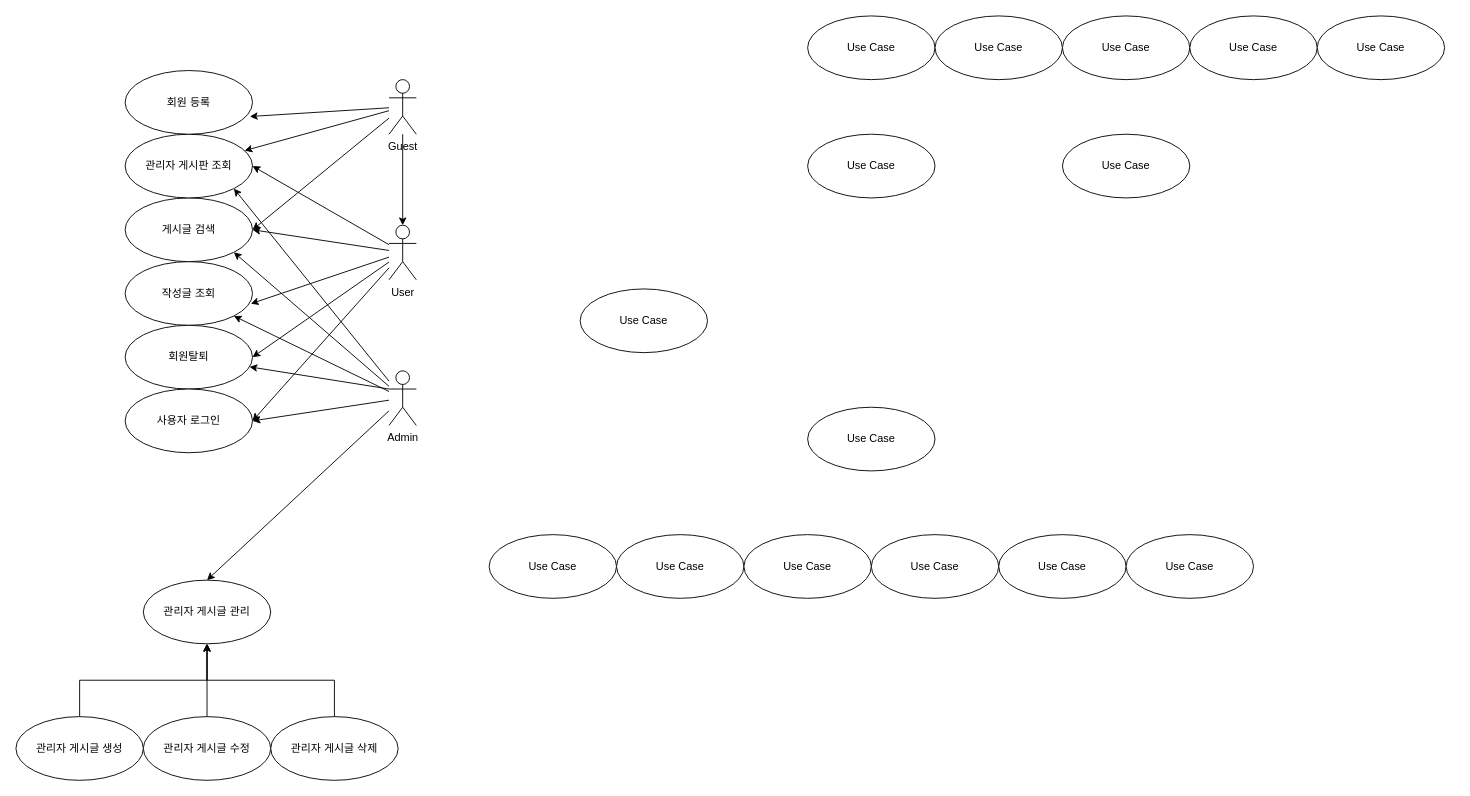
Earlier version of the draw.io diagram Untitled Diagram.drawio (bangbanggokgok/finalProject). Source tidied: cells renumbered, new cells numbered last; positions are measured from the earlier drawing's top-left corner, leaving out a move shared by most shapes. Both pictures are drawn from the tidied source at 91%, with x=0, y=0 at pixel (15, 15).
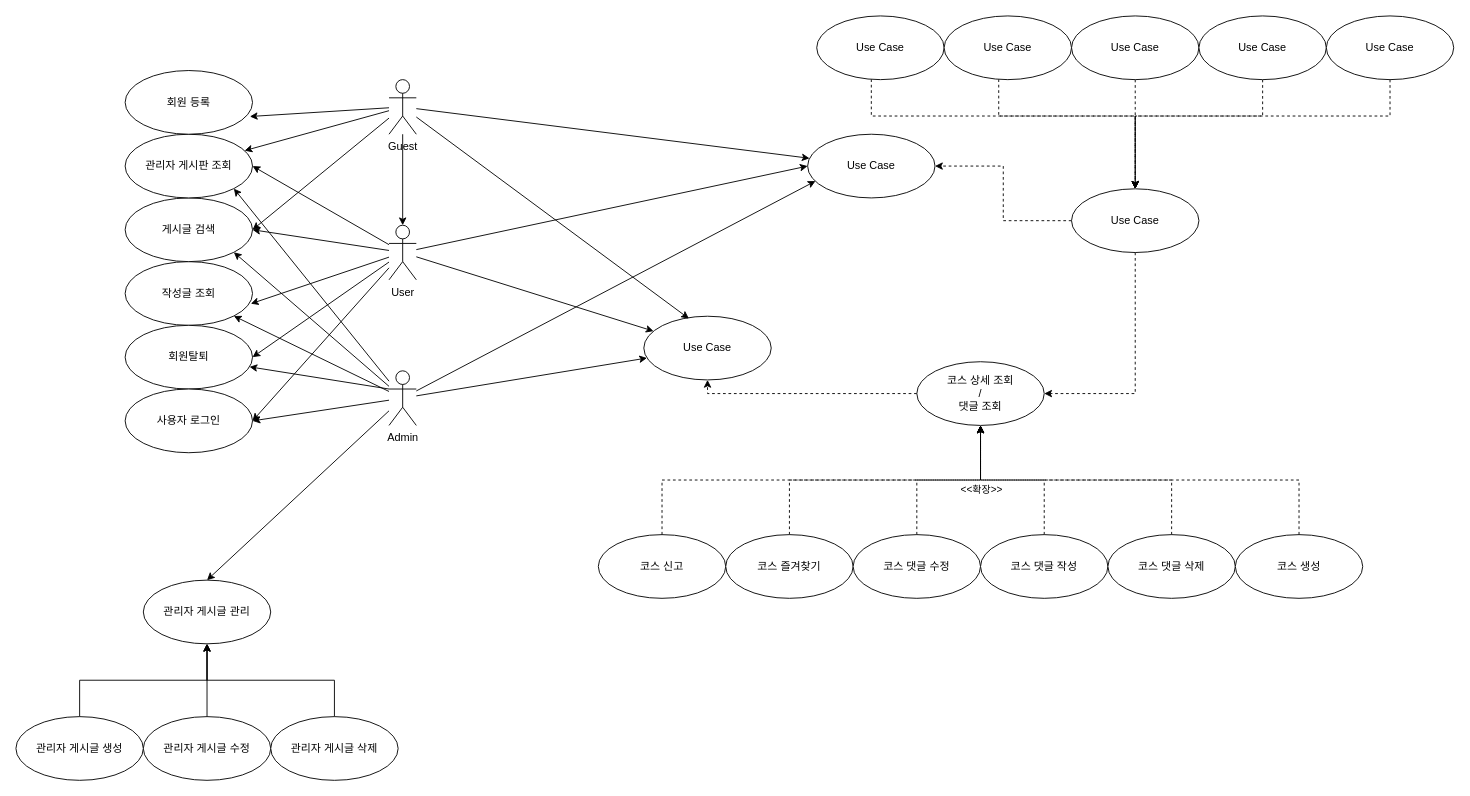
Above is the later version.

Unchanged cells that the change refers to:
```xml
<mxCell id="2" value="User" style="shape=umlActor;verticalLabelPosition=bottom;verticalAlign=top;html=1;outlineConnect=0;labelBackgroundColor=none;" parent="1" vertex="1">
  <mxGeometry x="410" y="230" width="30" height="60" as="geometry" />
</mxCell>
<mxCell id="4" value="Guest" style="shape=umlActor;verticalLabelPosition=bottom;verticalAlign=top;html=1;outlineConnect=0;labelBackgroundColor=none;" parent="1" vertex="1">
  <mxGeometry x="410" y="70" width="30" height="60" as="geometry" />
</mxCell>
<mxCell id="5" value="Admin" style="shape=umlActor;verticalLabelPosition=bottom;verticalAlign=top;html=1;outlineConnect=0;labelBackgroundColor=none;" parent="1" vertex="1">
  <mxGeometry x="410" y="390" width="30" height="60" as="geometry" />
</mxCell>
<mxCell id="13" value="Use Case" style="ellipse;whiteSpace=wrap;html=1;" parent="1" vertex="1">
  <mxGeometry x="870" y="130" width="140" height="70" as="geometry" />
</mxCell>
```

The edit, as a diff of the source:
```diff
@@
     <mxCell id="12" value="Use Case" style="ellipse;whiteSpace=wrap;html=1;" parent="1" vertex="1">
-      <mxGeometry x="620" y="300" width="140" height="70" as="geometry" />
+      <mxGeometry x="690" y="330" width="140" height="70" as="geometry" />
     </mxCell>
@@
+    <mxCell id="48" style="edgeStyle=orthogonalEdgeStyle;rounded=0;jettySize=auto;html=1;dashed=1;" parent="1" edge="1" source="21" target="27">
+      <mxGeometry relative="1" as="geometry">
+        <Array as="points">
+          <mxPoint x="710" y="510" />
+          <mxPoint x="1060" y="510" />
+        </Array>
+      </mxGeometry>
+    </mxCell>
-    <mxCell id="21" value="Use Case" style="ellipse;whiteSpace=wrap;html=1;" parent="1" vertex="1">
-      <mxGeometry x="520" y="570" width="140" height="70" as="geometry" />
+    <mxCell id="21" value="코스 신고&lt;br&gt;" style="ellipse;whiteSpace=wrap;html=1;" parent="1" vertex="1">
+      <mxGeometry x="640" y="570" width="140" height="70" as="geometry" />
     </mxCell>
+    <mxCell id="49" style="edgeStyle=orthogonalEdgeStyle;rounded=0;jettySize=auto;html=1;dashed=1;" parent="1" edge="1" source="22" target="27">
+      <mxGeometry relative="1" as="geometry">
+        <Array as="points">
+          <mxPoint x="850" y="510" />
+          <mxPoint x="1060" y="510" />
+        </Array>
+      </mxGeometry>
+    </mxCell>
-    <mxCell id="22" value="Use Case" style="ellipse;whiteSpace=wrap;html=1;" parent="1" vertex="1">
-      <mxGeometry x="660" y="570" width="140" height="70" as="geometry" />
+    <mxCell id="22" value="코스 즐겨찾기" style="ellipse;whiteSpace=wrap;html=1;" parent="1" vertex="1">
+      <mxGeometry x="780" y="570" width="140" height="70" as="geometry" />
     </mxCell>
+    <mxCell id="50" style="edgeStyle=orthogonalEdgeStyle;rounded=0;jettySize=auto;html=1;entryX=0.5;entryY=1;entryDx=0;entryDy=0;dashed=1;" parent="1" edge="1" source="23" target="27">
+      <mxGeometry relative="1" as="geometry" />
+    </mxCell>
-    <mxCell id="23" value="Use Case" style="ellipse;whiteSpace=wrap;html=1;" parent="1" vertex="1">
-      <mxGeometry x="800" y="570" width="140" height="70" as="geometry" />
+    <mxCell id="23" value="코스 댓글 수정" style="ellipse;whiteSpace=wrap;html=1;" parent="1" vertex="1">
+      <mxGeometry x="920" y="570" width="140" height="70" as="geometry" />
     </mxCell>
+    <mxCell id="51" style="edgeStyle=orthogonalEdgeStyle;rounded=0;jettySize=auto;html=1;entryX=0.5;entryY=1;entryDx=0;entryDy=0;dashed=1;" parent="1" edge="1" source="24" target="27">
+      <mxGeometry relative="1" as="geometry" />
+    </mxCell>
-    <mxCell id="24" value="Use Case" style="ellipse;whiteSpace=wrap;html=1;" parent="1" vertex="1">
-      <mxGeometry x="940" y="570" width="140" height="70" as="geometry" />
+    <mxCell id="24" value="코스 댓글 작성" style="ellipse;whiteSpace=wrap;html=1;" parent="1" vertex="1">
+      <mxGeometry x="1060" y="570" width="140" height="70" as="geometry" />
     </mxCell>
+    <mxCell id="52" style="edgeStyle=orthogonalEdgeStyle;rounded=0;jettySize=auto;html=1;entryX=0.5;entryY=1;entryDx=0;entryDy=0;dashed=1;" parent="1" edge="1" source="25" target="27">
+      <mxGeometry relative="1" as="geometry">
+        <Array as="points">
+          <mxPoint x="1270" y="510" />
+          <mxPoint x="1060" y="510" />
+        </Array>
+      </mxGeometry>
+    </mxCell>
-    <mxCell id="25" value="Use Case" style="ellipse;whiteSpace=wrap;html=1;" parent="1" vertex="1">
-      <mxGeometry x="1080" y="570" width="140" height="70" as="geometry" />
+    <mxCell id="25" value="코스 댓글 삭제" style="ellipse;whiteSpace=wrap;html=1;" parent="1" vertex="1">
+      <mxGeometry x="1200" y="570" width="140" height="70" as="geometry" />
     </mxCell>
+    <mxCell id="53" style="edgeStyle=orthogonalEdgeStyle;rounded=0;jettySize=auto;html=1;entryX=0.5;entryY=1;entryDx=0;entryDy=0;dashed=1;" parent="1" edge="1" source="26" target="27">
+      <mxGeometry relative="1" as="geometry">
+        <Array as="points">
+          <mxPoint x="1410" y="510" />
+          <mxPoint x="1060" y="510" />
+        </Array>
+      </mxGeometry>
+    </mxCell>
+    <mxCell id="54" value="&amp;lt;&amp;lt;확장&amp;gt;&amp;gt;" style="edgeLabel;html=1;align=center;verticalAlign=middle;" parent="53" vertex="1">
+      <mxGeometry x="0.79" y="3" relative="1" as="geometry">
+        <mxPoint x="3" y="21" as="offset" />
+      </mxGeometry>
+    </mxCell>
-    <mxCell id="26" value="Use Case" style="ellipse;whiteSpace=wrap;html=1;" parent="1" vertex="1">
-      <mxGeometry x="1220" y="570" width="140" height="70" as="geometry" />
+    <mxCell id="26" value="코스 생성" style="ellipse;whiteSpace=wrap;html=1;" parent="1" vertex="1">
+      <mxGeometry x="1340" y="570" width="140" height="70" as="geometry" />
     </mxCell>
+    <mxCell id="55" style="edgeStyle=orthogonalEdgeStyle;rounded=0;jettySize=auto;html=1;dashed=1;" parent="1" edge="1" source="27" target="12">
+      <mxGeometry relative="1" as="geometry">
+        <Array as="points">
+          <mxPoint x="760" y="415" />
+        </Array>
+      </mxGeometry>
+    </mxCell>
-    <mxCell id="27" value="Use Case" style="ellipse;whiteSpace=wrap;html=1;" parent="1" vertex="1">
-      <mxGeometry x="870" y="430" width="140" height="70" as="geometry" />
+    <mxCell id="27" value="코스 상세 조회&lt;br&gt;/&lt;br&gt;댓글 조회" style="ellipse;whiteSpace=wrap;html=1;" parent="1" vertex="1">
+      <mxGeometry x="990" y="380" width="140" height="70" as="geometry" />
     </mxCell>
+    <mxCell id="56" style="edgeStyle=orthogonalEdgeStyle;rounded=0;jettySize=auto;html=1;dashed=1;" parent="1" edge="1" source="28" target="13">
+      <mxGeometry relative="1" as="geometry" />
+    </mxCell>
+    <mxCell id="57" style="edgeStyle=orthogonalEdgeStyle;rounded=0;jettySize=auto;html=1;entryX=1;entryY=0.5;entryDx=0;entryDy=0;dashed=1;" parent="1" edge="1" source="28" target="27">
+      <mxGeometry relative="1" as="geometry">
+        <Array as="points">
+          <mxPoint x="1230" y="415" />
+        </Array>
+      </mxGeometry>
+    </mxCell>
     <mxCell id="28" value="Use Case" style="ellipse;whiteSpace=wrap;html=1;" parent="1" vertex="1">
-      <mxGeometry x="1150" y="130" width="140" height="70" as="geometry" />
+      <mxGeometry x="1160" y="190" width="140" height="70" as="geometry" />
     </mxCell>
+    <mxCell id="58" style="edgeStyle=orthogonalEdgeStyle;rounded=0;jettySize=auto;html=1;entryX=0.5;entryY=0;entryDx=0;entryDy=0;dashed=1;" parent="1" edge="1" source="29" target="28">
+      <mxGeometry relative="1" as="geometry">
+        <Array as="points">
+          <mxPoint x="940" y="110" />
+          <mxPoint x="1230" y="110" />
+        </Array>
+      </mxGeometry>
+    </mxCell>
     <mxCell id="29" value="Use Case" style="ellipse;whiteSpace=wrap;html=1;" parent="1" vertex="1">
-      <mxGeometry x="870" width="140" height="70" as="geometry" />
+      <mxGeometry x="880" width="140" height="70" as="geometry" />
     </mxCell>
+    <mxCell id="59" style="edgeStyle=orthogonalEdgeStyle;rounded=0;jettySize=auto;html=1;entryX=0.5;entryY=0;entryDx=0;entryDy=0;dashed=1;" parent="1" edge="1" source="30" target="28">
+      <mxGeometry relative="1" as="geometry">
+        <Array as="points">
+          <mxPoint x="1080" y="110" />
+          <mxPoint x="1230" y="110" />
+        </Array>
+      </mxGeometry>
+    </mxCell>
     <mxCell id="30" value="Use Case" style="ellipse;whiteSpace=wrap;html=1;" parent="1" vertex="1">
-      <mxGeometry x="1010" width="140" height="70" as="geometry" />
+      <mxGeometry x="1020" width="140" height="70" as="geometry" />
     </mxCell>
+    <mxCell id="60" style="edgeStyle=orthogonalEdgeStyle;rounded=0;jettySize=auto;html=1;exitX=0.5;exitY=1;exitDx=0;exitDy=0;entryX=0.5;entryY=0;entryDx=0;entryDy=0;dashed=1;" parent="1" edge="1" source="31" target="28">
+      <mxGeometry relative="1" as="geometry" />
+    </mxCell>
     <mxCell id="31" value="Use Case" style="ellipse;whiteSpace=wrap;html=1;" parent="1" vertex="1">
-      <mxGeometry x="1150" width="140" height="70" as="geometry" />
+      <mxGeometry x="1160" width="140" height="70" as="geometry" />
     </mxCell>
+    <mxCell id="61" style="edgeStyle=orthogonalEdgeStyle;rounded=0;jettySize=auto;html=1;entryX=0.5;entryY=0;entryDx=0;entryDy=0;dashed=1;" parent="1" edge="1" source="32" target="28">
+      <mxGeometry relative="1" as="geometry">
+        <Array as="points">
+          <mxPoint x="1370" y="110" />
+          <mxPoint x="1230" y="110" />
+        </Array>
+      </mxGeometry>
+    </mxCell>
     <mxCell id="32" value="Use Case" style="ellipse;whiteSpace=wrap;html=1;" parent="1" vertex="1">
-      <mxGeometry x="1290" width="140" height="70" as="geometry" />
+      <mxGeometry x="1300" width="140" height="70" as="geometry" />
     </mxCell>
+    <mxCell id="62" style="edgeStyle=orthogonalEdgeStyle;rounded=0;jettySize=auto;html=1;entryX=0.5;entryY=0;entryDx=0;entryDy=0;dashed=1;" parent="1" edge="1" source="33" target="28">
+      <mxGeometry relative="1" as="geometry">
+        <Array as="points">
+          <mxPoint x="1510" y="110" />
+          <mxPoint x="1230" y="110" />
+        </Array>
+      </mxGeometry>
+    </mxCell>
     <mxCell id="33" value="Use Case" style="ellipse;whiteSpace=wrap;html=1;" parent="1" vertex="1">
-      <mxGeometry x="1430" width="140" height="70" as="geometry" />
+      <mxGeometry x="1440" width="140" height="70" as="geometry" />
     </mxCell>
@@
+    <mxCell id="63" style="endArrow=classic;html=1;rounded=0;entryX=0.354;entryY=0.037;entryDx=0;entryDy=0;entryPerimeter=0;" parent="1" edge="1" source="4" target="12">
+      <mxGeometry relative="1" as="geometry" />
+    </mxCell>
+    <mxCell id="64" style="endArrow=classic;html=1;rounded=0;" parent="1" edge="1" source="4" target="13">
+      <mxGeometry relative="1" as="geometry" />
+    </mxCell>
+    <mxCell id="65" style="endArrow=classic;html=1;rounded=0;entryX=0;entryY=0.5;entryDx=0;entryDy=0;" parent="1" edge="1" source="2" target="13">
+      <mxGeometry relative="1" as="geometry" />
+    </mxCell>
+    <mxCell id="66" style="endArrow=classic;html=1;rounded=0;" parent="1" edge="1" source="2" target="12">
+      <mxGeometry relative="1" as="geometry" />
+    </mxCell>
+    <mxCell id="67" style="endArrow=classic;html=1;rounded=0;" parent="1" edge="1" source="5" target="12">
+      <mxGeometry relative="1" as="geometry" />
+    </mxCell>
+    <mxCell id="68" style="endArrow=classic;html=1;rounded=0;entryX=0.062;entryY=0.735;entryDx=0;entryDy=0;entryPerimeter=0;" parent="1" edge="1" source="5" target="13">
+      <mxGeometry relative="1" as="geometry" />
+    </mxCell>
```
